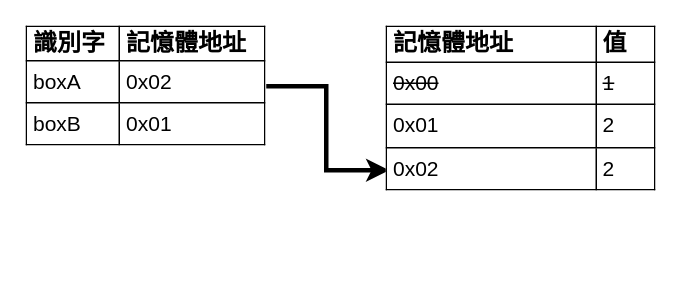
shawnlin0201/shawnlin0201.github.io keeps this draw.io diagram as source/_drafts/iron-2020-new/draw/2-3-declare-1-4.drawio. Above is the earlier version. Source tidied: cells renumbered, new cells numbered last; positions are measured from the earlier drawing's top-left corner, leaving out a move shared by most shapes. Both pictures are drawn from the tidied source at 150%, with x=0, y=0 at pixel (26, 26).
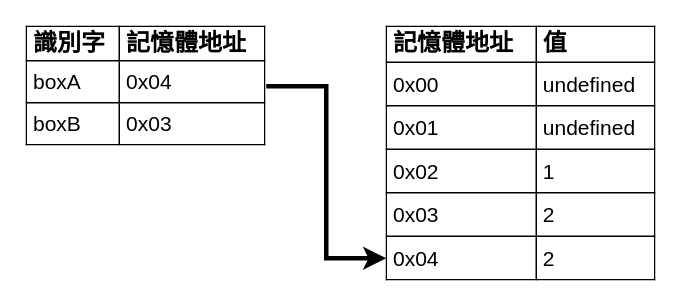
After the change.

The edit, as a diff of the source:
```diff
@@
 <mxGraphModel>
   <root>
     <mxCell id="0" />
     <mxCell id="1" parent="0" />
-    <mxCell id="2" style="edgeStyle=orthogonalEdgeStyle;rounded=0;jettySize=auto;html=1;exitX=1;exitY=0.5;exitDx=0;exitDy=0;strokeWidth=3;entryX=0.011;entryY=0.873;entryDx=0;entryDy=0;entryPerimeter=0;" parent="1" edge="1" source="3" target="4">
+    <mxCell id="2" style="edgeStyle=orthogonalEdgeStyle;rounded=0;jettySize=auto;html=1;exitX=1;exitY=0.5;exitDx=0;exitDy=0;entryX=0;entryY=0.91;entryDx=0;entryDy=0;entryPerimeter=0;strokeWidth=3;" parent="1" edge="1" source="3" target="4">
       <mxGeometry relative="1" as="geometry" />
     </mxCell>
-    <mxCell id="3" value="&lt;table cellpadding=&quot;4&quot; cellspacing=&quot;0&quot; style=&quot;width: 100% ; height: 100% ; border: 1px solid rgb(0 , 0 , 0) ; border-collapse: collapse ; font-size: 14px ; background-color: rgb(255 , 255 , 255)&quot; border=&quot;1&quot;&gt;&lt;tbody&gt;&lt;tr style=&quot;line-height: 90%&quot;&gt;&lt;th&gt;&lt;font style=&quot;font-size: 16px&quot; color=&quot;#000000&quot;&gt;識別字&lt;/font&gt;&lt;/th&gt;&lt;th&gt;&lt;font style=&quot;font-size: 16px&quot; color=&quot;#000000&quot;&gt;記憶體地址&lt;/font&gt;&lt;/th&gt;&lt;/tr&gt;&lt;tr&gt;&lt;td&gt;&lt;font style=&quot;font-size: 14px&quot; color=&quot;#000000&quot;&gt;boxA&lt;/font&gt;&lt;/td&gt;&lt;td&gt;&lt;font style=&quot;font-size: 14px&quot; color=&quot;#000000&quot;&gt;0x02&lt;/font&gt;&lt;/td&gt;&lt;/tr&gt;&lt;tr&gt;&lt;td&gt;&lt;font color=&quot;#000000&quot; style=&quot;font-size: 14px&quot;&gt;&lt;span&gt;boxB&lt;/span&gt;&lt;br&gt;&lt;/font&gt;&lt;/td&gt;&lt;td&gt;&lt;font color=&quot;#000000&quot; style=&quot;font-size: 14px&quot;&gt;0x01&lt;/font&gt;&lt;/td&gt;&lt;/tr&gt;&lt;/tbody&gt;&lt;/table&gt; " style="verticalAlign=top;align=left;overflow=fill;fontSize=15;fontFamily=正黑體;html=1;strokeWidth=3;strokeColor=none;fillColor=none;" parent="1" vertex="1">
+    <mxCell id="3" value="&lt;table cellpadding=&quot;4&quot; cellspacing=&quot;0&quot; style=&quot;width: 100% ; height: 100% ; border: 1px solid rgb(0 , 0 , 0) ; border-collapse: collapse ; font-size: 14px ; background-color: rgb(255 , 255 , 255)&quot; border=&quot;1&quot;&gt;&lt;tbody&gt;&lt;tr style=&quot;line-height: 90%&quot;&gt;&lt;th&gt;&lt;font style=&quot;font-size: 16px&quot; color=&quot;#000000&quot;&gt;識別字&lt;/font&gt;&lt;/th&gt;&lt;th&gt;&lt;font style=&quot;font-size: 16px&quot; color=&quot;#000000&quot;&gt;記憶體地址&lt;/font&gt;&lt;/th&gt;&lt;/tr&gt;&lt;tr&gt;&lt;td&gt;&lt;font style=&quot;font-size: 14px&quot; color=&quot;#000000&quot;&gt;boxA&lt;/font&gt;&lt;/td&gt;&lt;td&gt;&lt;font style=&quot;font-size: 14px&quot; color=&quot;#000000&quot;&gt;0x04&lt;/font&gt;&lt;/td&gt;&lt;/tr&gt;&lt;tr&gt;&lt;td&gt;&lt;font color=&quot;#000000&quot; style=&quot;font-size: 14px&quot;&gt;&lt;span&gt;boxB&lt;/span&gt;&lt;br&gt;&lt;/font&gt;&lt;/td&gt;&lt;td&gt;&lt;font color=&quot;#000000&quot; style=&quot;font-size: 14px&quot;&gt;0x03&lt;/font&gt;&lt;/td&gt;&lt;/tr&gt;&lt;/tbody&gt;&lt;/table&gt; " style="verticalAlign=top;align=left;overflow=fill;fontSize=15;fontFamily=正黑體;html=1;strokeWidth=3;strokeColor=none;fillColor=none;" parent="1" vertex="1">
       <mxGeometry width="160" height="80" as="geometry" />
     </mxCell>
-    <mxCell id="4" value="&lt;table cellpadding=&quot;4&quot; cellspacing=&quot;0&quot; style=&quot;width: 100% ; height: 100% ; border: 1px solid rgb(0 , 0 , 0) ; border-collapse: collapse ; background-color: rgb(255 , 255 , 255) ; font-size: 14px&quot; border=&quot;1&quot;&gt;&lt;tbody&gt;&lt;tr style=&quot;line-height: 90%&quot;&gt;&lt;th&gt;&lt;span&gt;&lt;font style=&quot;font-size: 16px&quot;&gt;記憶體地址&lt;br&gt;&lt;/font&gt;&lt;/span&gt;&lt;/th&gt;&lt;th&gt;&lt;span&gt;&lt;font style=&quot;font-size: 16px&quot;&gt;值&lt;/font&gt;&lt;/span&gt;&lt;/th&gt;&lt;/tr&gt;&lt;tr&gt;&lt;td&gt;&lt;span&gt;&lt;font style=&quot;font-size: 14px&quot;&gt;&lt;strike&gt;0x00&lt;br&gt;&lt;/strike&gt;&lt;/font&gt;&lt;/span&gt;&lt;/td&gt;&lt;td&gt;&lt;font style=&quot;font-size: 14px&quot;&gt;&lt;strike&gt;1&lt;/strike&gt;&lt;/font&gt;&lt;/td&gt;&lt;/tr&gt;&lt;tr&gt;&lt;td&gt;&lt;font style=&quot;font-size: 14px&quot;&gt;0x01&lt;/font&gt;&lt;/td&gt;&lt;td&gt;&lt;font style=&quot;font-size: 14px&quot;&gt;2&lt;br&gt;&lt;/font&gt;&lt;/td&gt;&lt;/tr&gt;&lt;tr&gt;&lt;td&gt;0x02&lt;/td&gt;&lt;td&gt;2&lt;/td&gt;&lt;/tr&gt;&lt;/tbody&gt;&lt;/table&gt; " style="verticalAlign=top;align=left;overflow=fill;fontSize=12;fontFamily=正黑體;html=1;strokeWidth=3;fillColor=none;strokeColor=none;fontColor=#000000;" parent="1" vertex="1">
-      <mxGeometry x="240" width="180" height="110" as="geometry" />
+    <mxCell id="4" value="&lt;table cellpadding=&quot;4&quot; cellspacing=&quot;0&quot; style=&quot;width: 100% ; height: 100% ; border: 1px solid rgb(0 , 0 , 0) ; border-collapse: collapse ; background-color: rgb(255 , 255 , 255) ; font-size: 14px&quot; border=&quot;1&quot;&gt;&lt;tbody style=&quot;font-size: 16px&quot;&gt;&lt;tr style=&quot;line-height: 90%&quot;&gt;&lt;th&gt;&lt;span&gt;&lt;font style=&quot;font-size: 16px&quot;&gt;記憶體地址&lt;br&gt;&lt;/font&gt;&lt;/span&gt;&lt;/th&gt;&lt;th&gt;&lt;span&gt;&lt;font style=&quot;font-size: 16px&quot;&gt;值&lt;/font&gt;&lt;/span&gt;&lt;/th&gt;&lt;/tr&gt;&lt;tr&gt;&lt;td&gt;&lt;span&gt;&lt;font style=&quot;font-size: 14px&quot;&gt;0x00&lt;br&gt;&lt;/font&gt;&lt;/span&gt;&lt;/td&gt;&lt;td&gt;&lt;span style=&quot;font-size: 14px&quot;&gt;undefined&lt;/span&gt;&lt;/td&gt;&lt;/tr&gt;&lt;tr&gt;&lt;td&gt;&lt;font style=&quot;font-size: 14px&quot;&gt;0x01&lt;/font&gt;&lt;/td&gt;&lt;td&gt;&lt;font style=&quot;font-size: 14px&quot;&gt;undefined&lt;br&gt;&lt;/font&gt;&lt;/td&gt;&lt;/tr&gt;&lt;tr&gt;&lt;td&gt;&lt;span style=&quot;font-size: 14px&quot;&gt;0x02&lt;/span&gt;&lt;br&gt;&lt;/td&gt;&lt;td&gt;&lt;span style=&quot;font-size: 14px&quot;&gt;1&lt;/span&gt;&lt;/td&gt;&lt;/tr&gt;&lt;tr&gt;&lt;td&gt;&lt;span style=&quot;font-size: 14px&quot;&gt;0x03&lt;/span&gt;&lt;br&gt;&lt;/td&gt;&lt;td&gt;&lt;span style=&quot;font-size: 14px&quot;&gt;2&lt;/span&gt;&lt;/td&gt;&lt;/tr&gt;&lt;tr&gt;&lt;td&gt;&lt;span style=&quot;font-size: 14px&quot;&gt;0x04&lt;/span&gt;&lt;br&gt;&lt;/td&gt;&lt;td&gt;&lt;span style=&quot;font-size: 14px&quot;&gt;2&lt;/span&gt;&lt;/td&gt;&lt;/tr&gt;&lt;/tbody&gt;&lt;/table&gt; " style="verticalAlign=top;align=left;overflow=fill;fontSize=12;fontFamily=正黑體;html=1;strokeWidth=3;fillColor=none;strokeColor=none;fontColor=#000000;" parent="1" vertex="1">
+      <mxGeometry x="240" width="180" height="170" as="geometry" />
     </mxCell>
   </root>
 </mxGraphModel>
```
